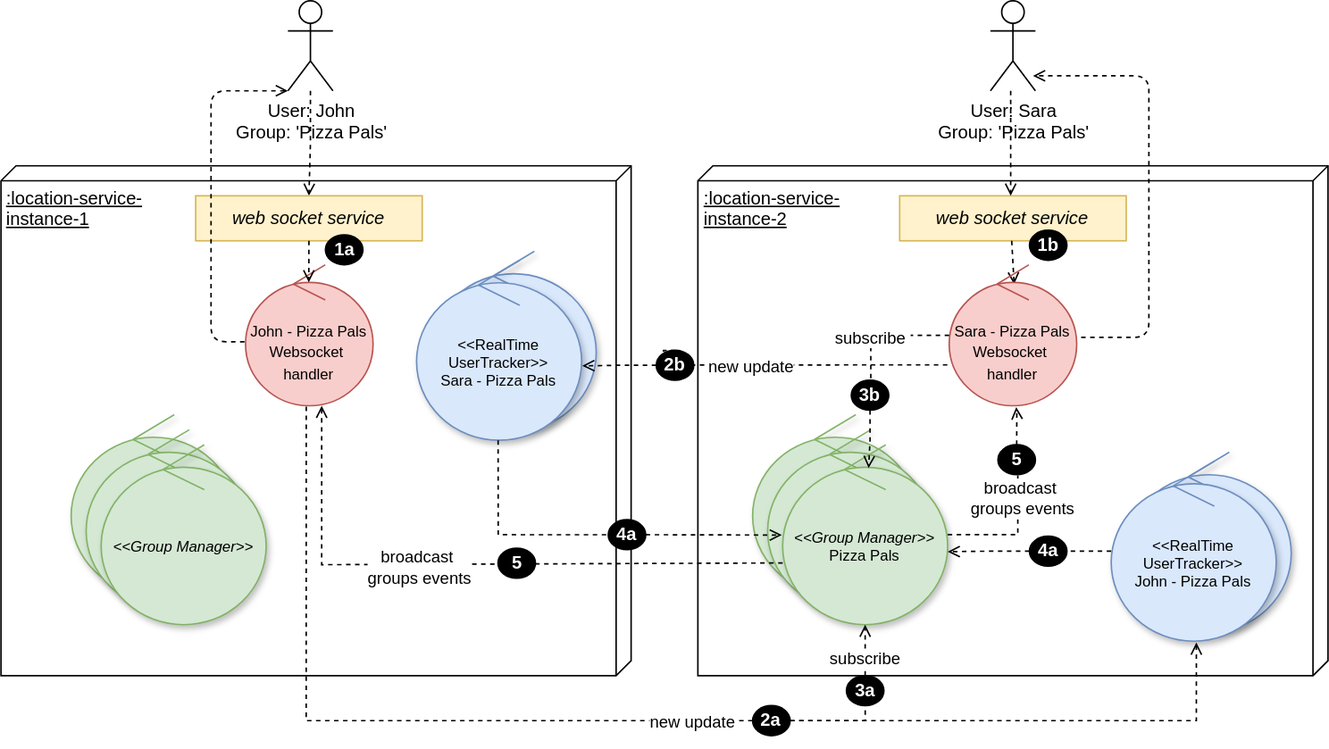
position-pal/Documentation keeps this draw.io diagram as assets/images/ls-sharding.svg. Above is the earlier version. Source tidied: cells renumbered, new cells last; positions are measured from the earlier drawing's top-left corner, leaving out a move shared by most shapes.
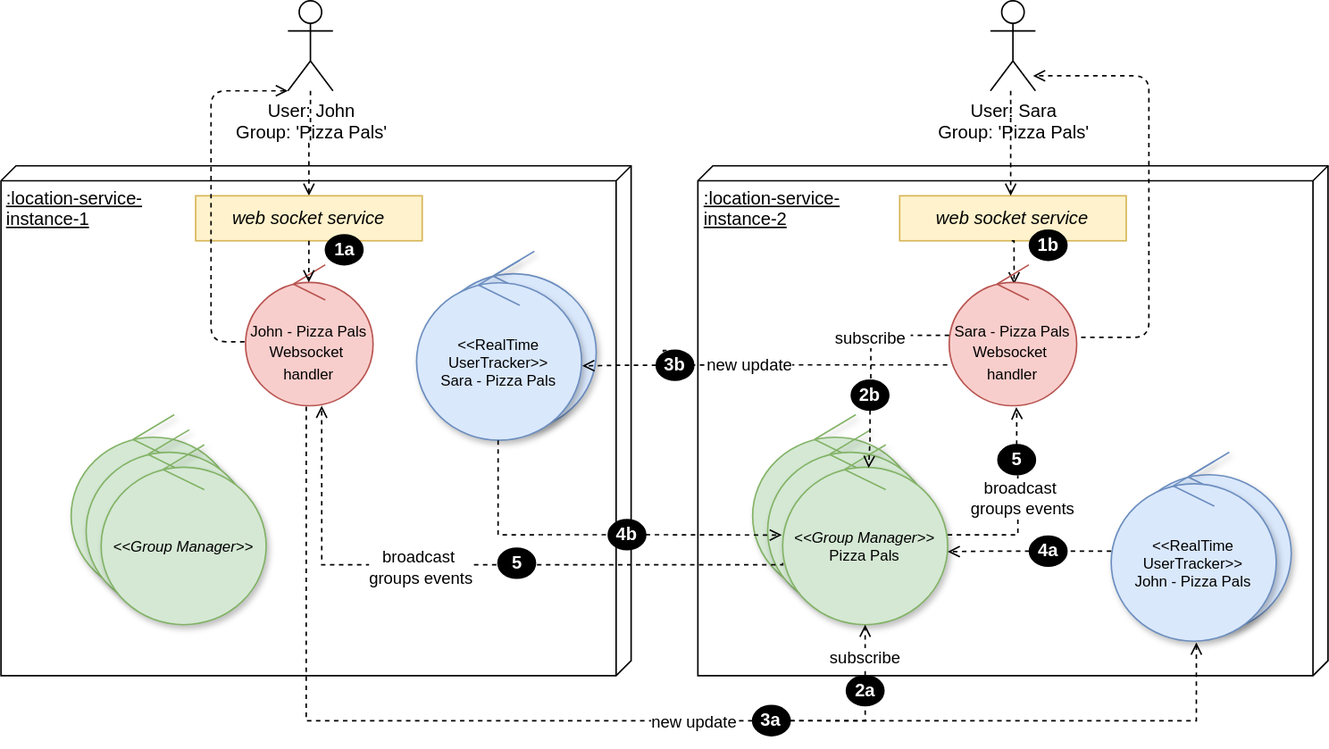
After the change.

What changed in the source:
```diff
@@ -103,7 +103,7 @@
         <mxPoint x="11" y="-2" as="offset" />
       </mxGeometry>
     </mxCell>
-    <mxCell id="26" value="&lt;font color=&quot;#ffffff&quot;&gt;&lt;b&gt;2a&lt;/b&gt;&lt;/font&gt;" style="ellipse;whiteSpace=wrap;html=1;fillColor=#000000;" parent="1" vertex="1">
+    <mxCell id="26" value="&lt;font color=&quot;#ffffff&quot;&gt;&lt;b&gt;3a&lt;/b&gt;&lt;/font&gt;" style="ellipse;whiteSpace=wrap;html=1;fillColor=#000000;" parent="1" vertex="1">
       <mxGeometry x="501.2" y="470" width="25" height="20" as="geometry" />
     </mxCell>
     <mxCell id="27" style="edgeStyle=orthogonalEdgeStyle;rounded=0;jettySize=auto;html=1;entryX=0.516;entryY=1.007;entryDx=0;entryDy=0;entryPerimeter=0;dashed=1;endArrow=open;endFill=0;" parent="1" edge="1" source="26" target="19">
@@ -137,7 +137,7 @@
     <mxCell id="35" value="subscribe&amp;nbsp;" style="edgeLabel;html=1;align=center;verticalAlign=middle;" parent="34" vertex="1">
       <mxGeometry x="0.25" relative="1" as="geometry" />
     </mxCell>
-    <mxCell id="36" value="&lt;font color=&quot;#ffffff&quot;&gt;&lt;b&gt;3b&lt;/b&gt;&lt;/font&gt;" style="ellipse;whiteSpace=wrap;html=1;fillColor=#000000;" parent="1" vertex="1">
+    <mxCell id="36" value="&lt;font color=&quot;#ffffff&quot;&gt;&lt;b&gt;2b&lt;/b&gt;&lt;/font&gt;" style="ellipse;whiteSpace=wrap;html=1;fillColor=#000000;" parent="1" vertex="1">
       <mxGeometry x="567" y="253" width="25" height="20" as="geometry" />
     </mxCell>
     <mxCell id="37" style="edgeStyle=orthogonalEdgeStyle;rounded=0;jettySize=auto;html=1;entryX=0.529;entryY=0.012;entryDx=0;entryDy=0;entryPerimeter=0;dashed=1;endArrow=none;endFill=0;" parent="1" edge="1" target="39">
@@ -153,7 +153,7 @@
         <mxPoint x="21" y="-1" as="offset" />
       </mxGeometry>
     </mxCell>
-    <mxCell id="39" value="&lt;font color=&quot;#ffffff&quot;&gt;&lt;b&gt;2b&lt;/b&gt;&lt;/font&gt;" style="ellipse;whiteSpace=wrap;html=1;fillColor=#000000;" parent="1" vertex="1">
+    <mxCell id="39" value="&lt;font color=&quot;#ffffff&quot;&gt;&lt;b&gt;3b&lt;/b&gt;&lt;/font&gt;" style="ellipse;whiteSpace=wrap;html=1;fillColor=#000000;" parent="1" vertex="1">
       <mxGeometry x="437" y="233" width="25" height="20" as="geometry" />
     </mxCell>
     <mxCell id="40" style="edgeStyle=orthogonalEdgeStyle;rounded=0;jettySize=auto;html=1;exitX=0.5;exitY=1;exitDx=0;exitDy=0;entryX=0.496;entryY=0.125;entryDx=0;entryDy=0;entryPerimeter=0;endArrow=open;endFill=0;dashed=1;" parent="1" edge="1" source="8" target="7">
@@ -183,7 +183,7 @@
         <mxPoint y="3" as="offset" />
       </mxGeometry>
     </mxCell>
-    <mxCell id="46" value="&lt;font color=&quot;#ffffff&quot;&gt;&lt;b&gt;3a&lt;/b&gt;&lt;/font&gt;" style="ellipse;whiteSpace=wrap;html=1;fillColor=#000000;" parent="1" vertex="1">
+    <mxCell id="46" value="&lt;font color=&quot;#ffffff&quot;&gt;&lt;b&gt;2a&lt;/b&gt;&lt;/font&gt;" style="ellipse;whiteSpace=wrap;html=1;fillColor=#000000;" parent="1" vertex="1">
       <mxGeometry x="563.8" y="450" width="25" height="20" as="geometry" />
     </mxCell>
     <mxCell id="47" style="edgeStyle=orthogonalEdgeStyle;rounded=0;jettySize=auto;html=1;entryX=0.526;entryY=1.01;entryDx=0;entryDy=0;entryPerimeter=0;endArrow=open;endFill=0;dashed=1;" parent="1" edge="1" source="43" target="22">
@@ -198,7 +198,7 @@
     <mxCell id="50" style="edgeStyle=orthogonalEdgeStyle;rounded=0;jettySize=auto;html=1;entryX=-0.005;entryY=0.502;entryDx=0;entryDy=0;entryPerimeter=0;exitX=0.494;exitY=1;exitDx=0;exitDy=0;exitPerimeter=0;dashed=1;endArrow=none;endFill=0;" parent="1" edge="1" source="21" target="51">
       <mxGeometry relative="1" as="geometry" />
     </mxCell>
-    <mxCell id="51" value="&lt;font color=&quot;#ffffff&quot;&gt;&lt;b&gt;4a&lt;/b&gt;&lt;/font&gt;" style="ellipse;whiteSpace=wrap;html=1;fillColor=#000000;" parent="1" vertex="1">
+    <mxCell id="51" value="&lt;font color=&quot;#ffffff&quot;&gt;&lt;b&gt;4b&lt;/b&gt;&lt;/font&gt;" style="ellipse;whiteSpace=wrap;html=1;fillColor=#000000;" parent="1" vertex="1">
       <mxGeometry x="405" y="346" width="25" height="20" as="geometry" />
     </mxCell>
     <mxCell id="52" style="rounded=0;jettySize=auto;html=1;entryX=1;entryY=0.5;entryDx=0;entryDy=0;startArrow=none;startFill=0;dashed=1;endArrow=none;endFill=0;" parent="1" edge="1" source="19" target="53">
```
